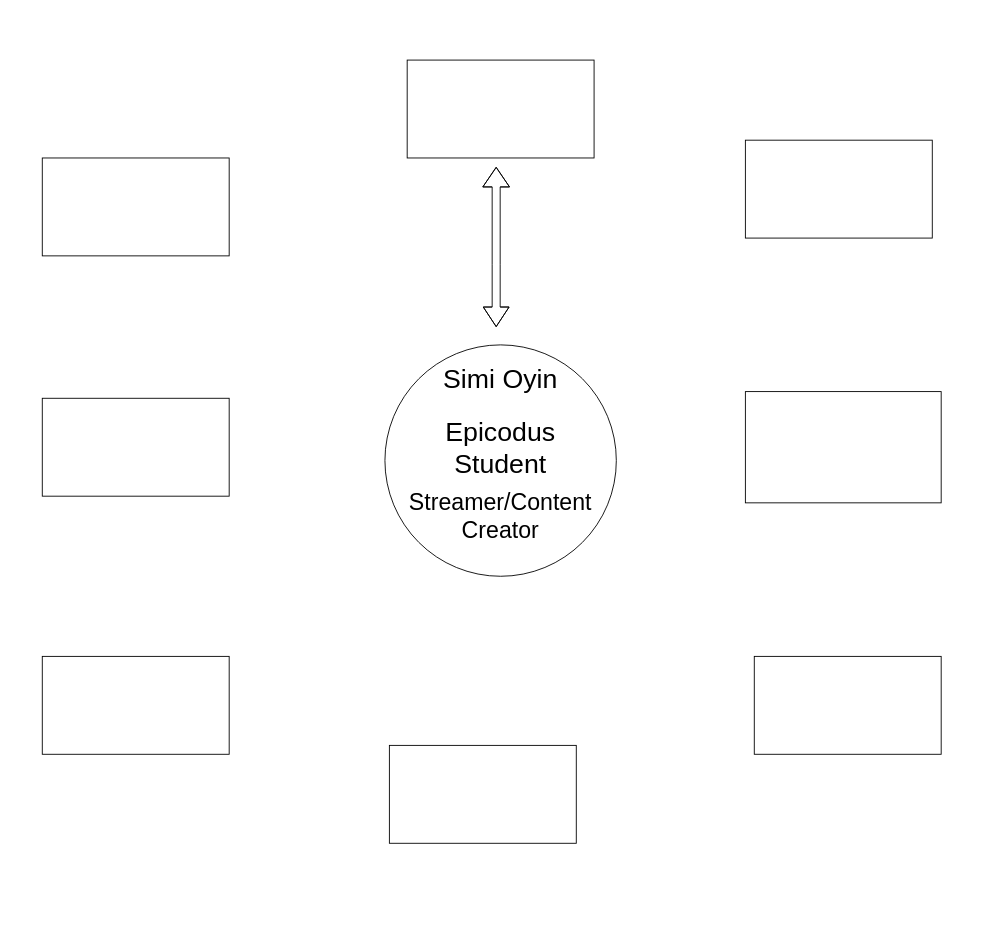
The draw.io diagram Untitled Diagram.drawio in simioyin222/CapstoneProjectIdeaBoard, before the edit. Source tidied: cells renumbered, new cells numbered last; positions are measured from the earlier drawing's top-left corner, leaving out a move shared by most shapes. Both pictures are drawn from the tidied source at 89%, with x=0, y=0 at pixel (42, 60).
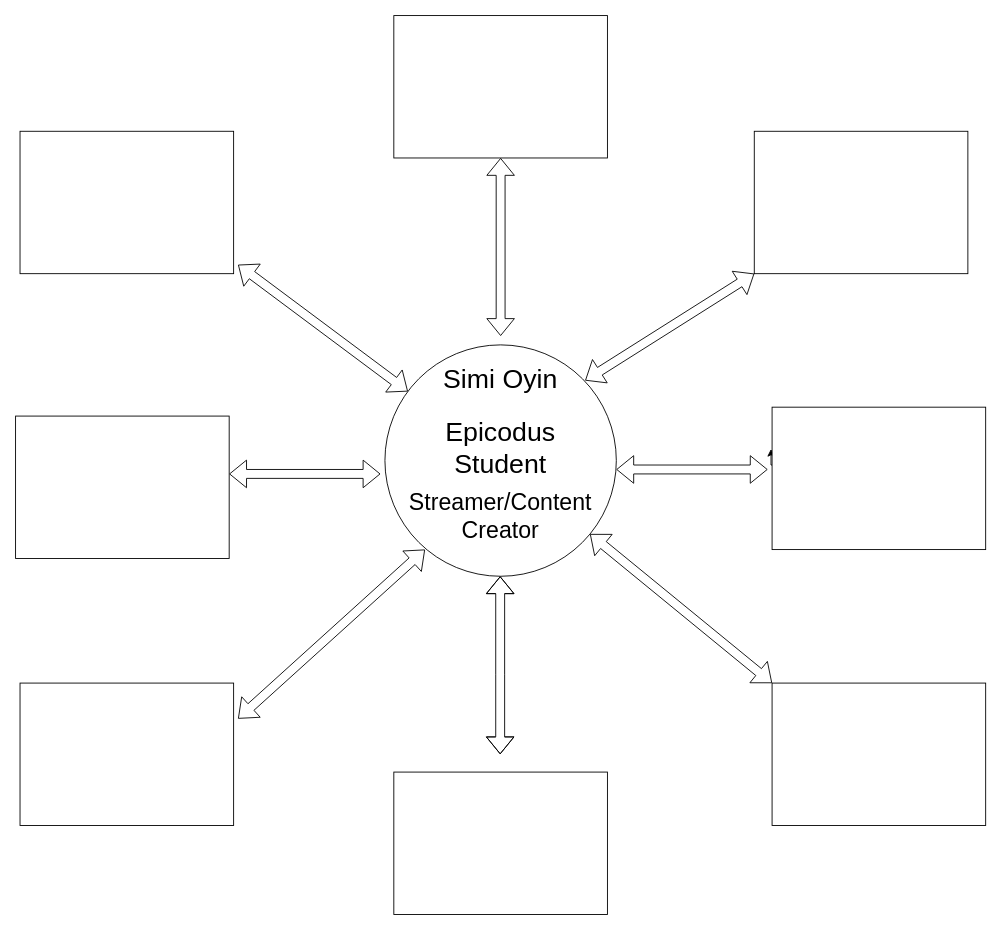
Above is the later version.

Commit message:
main catgories place holders

The change refers to these unchanged cells:
```xml
<mxCell id="2" style="ellipse;whiteSpace=wrap;html=1;" parent="1" vertex="1">
  <mxGeometry x="385" y="320" width="260" height="260" as="geometry" />
</mxCell>
<mxCell id="3" value="&lt;font style=&quot;font-size: 30px;&quot;&gt;Simi Oyin&lt;/font&gt;" style="text;html=1;strokeColor=none;fillColor=none;align=center;verticalAlign=middle;whiteSpace=wrap;rounded=0;" parent="1" vertex="1">
  <mxGeometry x="445" y="310" width="140" height="95" as="geometry" />
</mxCell>
```

What changed in the source:
```diff
@@
-    <mxCell id="6" style="rounded=0;whiteSpace=wrap;html=1;" parent="1" vertex="1">
-      <mxGeometry x="410" width="210" height="110" as="geometry" />
-    </mxCell>
-    <mxCell id="7" style="rounded=0;whiteSpace=wrap;html=1;" parent="1" vertex="1">
-      <mxGeometry x="390" y="770" width="210" height="110" as="geometry" />
-    </mxCell>
     <mxCell id="8" style="rounded=0;whiteSpace=wrap;html=1;" parent="1" vertex="1">
-      <mxGeometry x="790" y="90" width="210" height="110" as="geometry" />
+      <mxGeometry x="800" y="80" width="240" height="160" as="geometry" />
     </mxCell>
-    <mxCell id="9" style="rounded=0;whiteSpace=wrap;html=1;" parent="1" vertex="1">
-      <mxGeometry y="110" width="210" height="110" as="geometry" />
-    </mxCell>
-    <mxCell id="10" style="rounded=0;whiteSpace=wrap;html=1;" parent="1" vertex="1">
-      <mxGeometry y="380" width="210" height="110" as="geometry" />
-    </mxCell>
-    <mxCell id="11" style="rounded=0;whiteSpace=wrap;html=1;" parent="1" vertex="1">
-      <mxGeometry y="670" width="210" height="110" as="geometry" />
-    </mxCell>
-    <mxCell id="12" style="rounded=0;whiteSpace=wrap;html=1;" parent="1" vertex="1">
-      <mxGeometry x="800" y="670" width="210" height="110" as="geometry" />
-    </mxCell>
-    <mxCell id="13" style="rounded=0;whiteSpace=wrap;html=1;" parent="1" vertex="1">
-      <mxGeometry x="790" y="372.5" width="220" height="125" as="geometry" />
-    </mxCell>
-    <mxCell id="14" style="shape=flexArrow;endArrow=classic;startArrow=classic;html=1;rounded=0;startWidth=19;startSize=7.01;width=9;endSize=7.01;" parent="1" edge="1">
-      <mxGeometry relative="1" as="geometry">
-        <mxPoint x="510" y="300" as="sourcePoint" />
-        <mxPoint x="510" y="120" as="targetPoint" />
-        <Array as="points">
-          <mxPoint x="510" y="230" />
-        </Array>
-      </mxGeometry>
-    </mxCell>
+    <mxCell id="15" style="shape=flexArrow;endArrow=classic;startArrow=classic;html=1;rounded=0;entryX=0;entryY=1;entryDx=0;entryDy=0;" parent="1" edge="1" target="8">
+      <mxGeometry relative="1" as="geometry">
+        <mxPoint x="610" y="360" as="sourcePoint" />
+      </mxGeometry>
+    </mxCell>
+    <mxCell id="16" style="shape=flexArrow;endArrow=classic;startArrow=classic;html=1;rounded=0;entryX=0.5;entryY=1;entryDx=0;entryDy=0;exitX=0.5;exitY=0;exitDx=0;exitDy=0;" parent="1" edge="1" source="3">
+      <mxGeometry relative="1" as="geometry">
+        <mxPoint x="515" y="110" as="targetPoint" />
+      </mxGeometry>
+    </mxCell>
+    <mxCell id="17" style="shape=flexArrow;endArrow=classic;startArrow=classic;html=1;rounded=0;" parent="1" edge="1" target="2">
+      <mxGeometry relative="1" as="geometry">
+        <mxPoint x="220" y="230" as="sourcePoint" />
+      </mxGeometry>
+    </mxCell>
+    <mxCell id="18" style="shape=flexArrow;endArrow=classic;startArrow=classic;html=1;rounded=0;" parent="1" edge="1">
+      <mxGeometry relative="1" as="geometry">
+        <mxPoint x="210" y="465" as="sourcePoint" />
+        <mxPoint x="380" y="465" as="targetPoint" />
+      </mxGeometry>
+    </mxCell>
+    <mxCell id="19" style="edgeStyle=orthogonalEdgeStyle;rounded=0;orthogonalLoop=1;jettySize=auto;html=1;exitX=0;exitY=0.5;exitDx=0;exitDy=0;entryX=-0.005;entryY=0.38;entryDx=0;entryDy=0;entryPerimeter=0;" parent="1" edge="1">
+      <mxGeometry relative="1" as="geometry">
+        <mxPoint x="820" y="455" as="sourcePoint" />
+        <mxPoint x="818.8" y="437" as="targetPoint" />
+      </mxGeometry>
+    </mxCell>
+    <mxCell id="20" style="shape=flexArrow;endArrow=classic;startArrow=classic;html=1;rounded=0;" parent="1" edge="1">
+      <mxGeometry relative="1" as="geometry">
+        <mxPoint x="645" y="460" as="sourcePoint" />
+        <mxPoint x="815" y="460" as="targetPoint" />
+      </mxGeometry>
+    </mxCell>
+    <mxCell id="21" style="shape=flexArrow;endArrow=classic;startArrow=classic;html=1;rounded=0;entryX=0.5;entryY=1;entryDx=0;entryDy=0;exitX=0.5;exitY=0;exitDx=0;exitDy=0;" parent="1" edge="1">
+      <mxGeometry relative="1" as="geometry">
+        <mxPoint x="514.5" y="780" as="sourcePoint" />
+        <mxPoint x="514.5" y="580" as="targetPoint" />
+        <Array as="points">
+          <mxPoint x="514.5" y="690" />
+        </Array>
+      </mxGeometry>
+    </mxCell>
+    <mxCell id="22" style="shape=flexArrow;endArrow=classic;startArrow=classic;html=1;rounded=0;entryX=0;entryY=0;entryDx=0;entryDy=0;" parent="1" edge="1" source="2" target="26">
+      <mxGeometry relative="1" as="geometry" />
+    </mxCell>
+    <mxCell id="23" style="rounded=0;whiteSpace=wrap;html=1;" parent="1" vertex="1">
+      <mxGeometry x="395" y="-50" width="240" height="160" as="geometry" />
+    </mxCell>
+    <mxCell id="24" style="rounded=0;whiteSpace=wrap;html=1;" parent="1" vertex="1">
+      <mxGeometry x="-25" y="80" width="240" height="160" as="geometry" />
+    </mxCell>
+    <mxCell id="25" style="rounded=0;whiteSpace=wrap;html=1;" parent="1" vertex="1">
+      <mxGeometry x="820" y="390" width="240" height="160" as="geometry" />
+    </mxCell>
+    <mxCell id="26" style="rounded=0;whiteSpace=wrap;html=1;" parent="1" vertex="1">
+      <mxGeometry x="820" y="700" width="240" height="160" as="geometry" />
+    </mxCell>
+    <mxCell id="27" style="rounded=0;whiteSpace=wrap;html=1;" parent="1" vertex="1">
+      <mxGeometry x="395" y="800" width="240" height="160" as="geometry" />
+    </mxCell>
+    <mxCell id="28" style="rounded=0;whiteSpace=wrap;html=1;" parent="1" vertex="1">
+      <mxGeometry x="-25" y="700" width="240" height="160" as="geometry" />
+    </mxCell>
+    <mxCell id="29" style="rounded=0;whiteSpace=wrap;html=1;" parent="1" vertex="1">
+      <mxGeometry x="-30" y="400" width="240" height="160" as="geometry" />
+    </mxCell>
+    <mxCell id="30" style="shape=flexArrow;endArrow=classic;startArrow=classic;html=1;rounded=0;" parent="1" edge="1">
+      <mxGeometry relative="1" as="geometry">
+        <mxPoint x="220" y="740" as="sourcePoint" />
+        <mxPoint x="430" y="550" as="targetPoint" />
+      </mxGeometry>
+    </mxCell>
```
